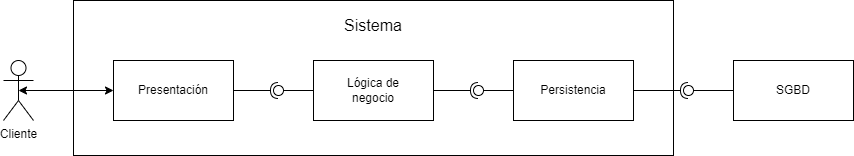
Earlier version of the draw.io export Proyecto en REM/image/diagrama_arquitectura_del_sistema.png (TheNeoStormZ/super-REMORY). Source tidied: cells renumbered, new cells last; positions are measured from the earlier drawing's top-left corner, leaving out a move shared by most shapes. Source of this version:
```xml
<mxGraphModel>
  <root>
    <mxCell id="0" />
    <mxCell id="1" parent="0" />
    <mxCell id="2" value="Cliente" style="shape=umlActor;verticalLabelPosition=bottom;verticalAlign=top;html=1;outlineConnect=0;" parent="1" vertex="1">
      <mxGeometry y="60" width="30" height="60" as="geometry" />
    </mxCell>
    <mxCell id="3" style="endArrow=classic;startArrow=classic;html=1;rounded=0;entryX=0;entryY=0.5;entryDx=0;entryDy=0;exitX=0.5;exitY=0.5;exitDx=0;exitDy=0;exitPerimeter=0;" parent="1" edge="1" source="2" target="5">
      <mxGeometry relative="1" as="geometry" />
    </mxCell>
    <mxCell id="4" style="rounded=0;whiteSpace=wrap;html=1;fillColor=none;" parent="1" vertex="1">
      <mxGeometry x="70" width="600" height="155" as="geometry" />
    </mxCell>
    <mxCell id="5" style="rounded=0;whiteSpace=wrap;html=1;" parent="1" vertex="1">
      <mxGeometry x="110" y="60" width="120" height="60" as="geometry" />
    </mxCell>
    <mxCell id="6" value="Presentación" style="text;html=1;strokeColor=none;fillColor=none;align=center;verticalAlign=middle;whiteSpace=wrap;rounded=0;" parent="1" vertex="1">
      <mxGeometry x="140" y="75" width="60" height="30" as="geometry" />
    </mxCell>
    <mxCell id="7" style="rounded=0;whiteSpace=wrap;html=1;" parent="1" vertex="1">
      <mxGeometry x="310" y="60" width="120" height="60" as="geometry" />
    </mxCell>
    <mxCell id="8" value="Lógica de negocio" style="text;html=1;strokeColor=none;fillColor=none;align=center;verticalAlign=middle;whiteSpace=wrap;rounded=0;" parent="1" vertex="1">
      <mxGeometry x="340" y="75" width="60" height="30" as="geometry" />
    </mxCell>
    <mxCell id="9" style="rounded=0;whiteSpace=wrap;html=1;" parent="1" vertex="1">
      <mxGeometry x="510" y="60" width="120" height="60" as="geometry" />
    </mxCell>
    <mxCell id="10" value="Persistencia" style="text;html=1;strokeColor=none;fillColor=none;align=center;verticalAlign=middle;whiteSpace=wrap;rounded=0;" parent="1" vertex="1">
      <mxGeometry x="540" y="75" width="60" height="30" as="geometry" />
    </mxCell>
    <mxCell id="11" style="rounded=0;jettySize=auto;html=1;endArrow=none;endFill=0;sketch=0;sourcePerimeterSpacing=0;targetPerimeterSpacing=0;exitX=0;exitY=0.5;exitDx=0;exitDy=0;" parent="1" edge="1" source="7" target="13">
      <mxGeometry relative="1" as="geometry" />
    </mxCell>
    <mxCell id="12" style="rounded=0;jettySize=auto;html=1;endArrow=halfCircle;endFill=0;entryX=0.5;entryY=0.5;endSize=6;strokeWidth=1;sketch=0;exitX=1;exitY=0.5;exitDx=0;exitDy=0;" parent="1" edge="1" source="5" target="13">
      <mxGeometry relative="1" as="geometry" />
    </mxCell>
    <mxCell id="13" style="ellipse;whiteSpace=wrap;html=1;align=center;points=[];outlineConnect=0;sketch=0;fillColor=none;" parent="1" vertex="1">
      <mxGeometry x="270" y="85" width="10" height="10" as="geometry" />
    </mxCell>
    <mxCell id="14" style="rounded=0;jettySize=auto;html=1;endArrow=none;endFill=0;sketch=0;sourcePerimeterSpacing=0;targetPerimeterSpacing=0;" parent="1" edge="1" source="9" target="16">
      <mxGeometry relative="1" as="geometry" />
    </mxCell>
    <mxCell id="15" style="rounded=0;jettySize=auto;html=1;endArrow=halfCircle;endFill=0;entryX=0.5;entryY=0.5;endSize=6;strokeWidth=1;sketch=0;" parent="1" edge="1" source="7" target="16">
      <mxGeometry relative="1" as="geometry" />
    </mxCell>
    <mxCell id="16" style="ellipse;whiteSpace=wrap;html=1;align=center;points=[];outlineConnect=0;sketch=0;fillColor=none;" parent="1" vertex="1">
      <mxGeometry x="470" y="85" width="10" height="10" as="geometry" />
    </mxCell>
    <mxCell id="17" style="rounded=0;whiteSpace=wrap;html=1;" parent="1" vertex="1">
      <mxGeometry x="730" y="60" width="120" height="60" as="geometry" />
    </mxCell>
    <mxCell id="18" value="SGBD" style="text;html=1;strokeColor=none;fillColor=none;align=center;verticalAlign=middle;whiteSpace=wrap;rounded=0;" parent="1" vertex="1">
      <mxGeometry x="760" y="75" width="60" height="30" as="geometry" />
    </mxCell>
    <mxCell id="19" style="rounded=0;jettySize=auto;html=1;endArrow=none;endFill=0;sketch=0;sourcePerimeterSpacing=0;targetPerimeterSpacing=0;" parent="1" edge="1" source="17" target="21">
      <mxGeometry relative="1" as="geometry" />
    </mxCell>
    <mxCell id="20" style="rounded=0;jettySize=auto;html=1;endArrow=halfCircle;endFill=0;entryX=0.5;entryY=0.5;endSize=6;strokeWidth=1;sketch=0;" parent="1" edge="1" source="9" target="21">
      <mxGeometry relative="1" as="geometry" />
    </mxCell>
    <mxCell id="21" style="ellipse;whiteSpace=wrap;html=1;align=center;points=[];outlineConnect=0;sketch=0;fillColor=none;" parent="1" vertex="1">
      <mxGeometry x="680" y="85" width="10" height="10" as="geometry" />
    </mxCell>
    <mxCell id="22" value="Sistema" style="text;html=1;strokeColor=none;fillColor=none;align=center;verticalAlign=middle;whiteSpace=wrap;rounded=0;fontSize=16;" parent="1" vertex="1">
      <mxGeometry x="340" y="10" width="60" height="30" as="geometry" />
    </mxCell>
  </root>
</mxGraphModel>
```
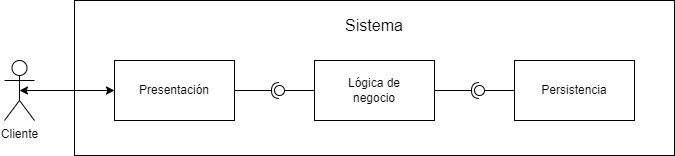
After the change.

Change to the diagram source:
```diff
@@ -47,21 +47,6 @@
     <mxCell id="16" style="ellipse;whiteSpace=wrap;html=1;align=center;points=[];outlineConnect=0;sketch=0;fillColor=none;" parent="1" vertex="1">
       <mxGeometry x="470" y="85" width="10" height="10" as="geometry" />
     </mxCell>
-    <mxCell id="17" style="rounded=0;whiteSpace=wrap;html=1;" parent="1" vertex="1">
-      <mxGeometry x="730" y="60" width="120" height="60" as="geometry" />
-    </mxCell>
-    <mxCell id="18" value="SGBD" style="text;html=1;strokeColor=none;fillColor=none;align=center;verticalAlign=middle;whiteSpace=wrap;rounded=0;" parent="1" vertex="1">
-      <mxGeometry x="760" y="75" width="60" height="30" as="geometry" />
-    </mxCell>
-    <mxCell id="19" style="rounded=0;jettySize=auto;html=1;endArrow=none;endFill=0;sketch=0;sourcePerimeterSpacing=0;targetPerimeterSpacing=0;" parent="1" edge="1" source="17" target="21">
-      <mxGeometry relative="1" as="geometry" />
-    </mxCell>
-    <mxCell id="20" style="rounded=0;jettySize=auto;html=1;endArrow=halfCircle;endFill=0;entryX=0.5;entryY=0.5;endSize=6;strokeWidth=1;sketch=0;" parent="1" edge="1" source="9" target="21">
-      <mxGeometry relative="1" as="geometry" />
-    </mxCell>
-    <mxCell id="21" style="ellipse;whiteSpace=wrap;html=1;align=center;points=[];outlineConnect=0;sketch=0;fillColor=none;" parent="1" vertex="1">
-      <mxGeometry x="680" y="85" width="10" height="10" as="geometry" />
-    </mxCell>
     <mxCell id="22" value="Sistema" style="text;html=1;strokeColor=none;fillColor=none;align=center;verticalAlign=middle;whiteSpace=wrap;rounded=0;fontSize=16;" parent="1" vertex="1">
       <mxGeometry x="340" y="10" width="60" height="30" as="geometry" />
     </mxCell>
```
